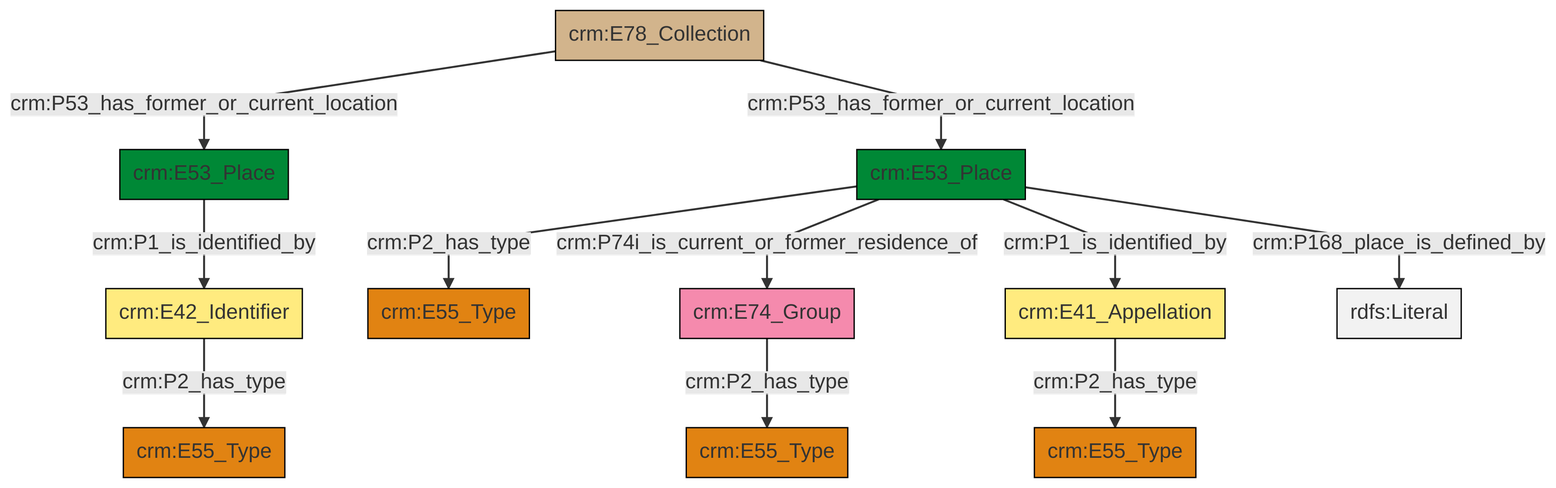
Above: et/archivalCSV/ttl/mmd/png/archival_location.png in swiss-art-research-net/docs.swissartresearch (Mermaid), before the change. Its source is kept beside it as et/archivalCSV/ttl/mmd/archival_location.ttl.mmd.
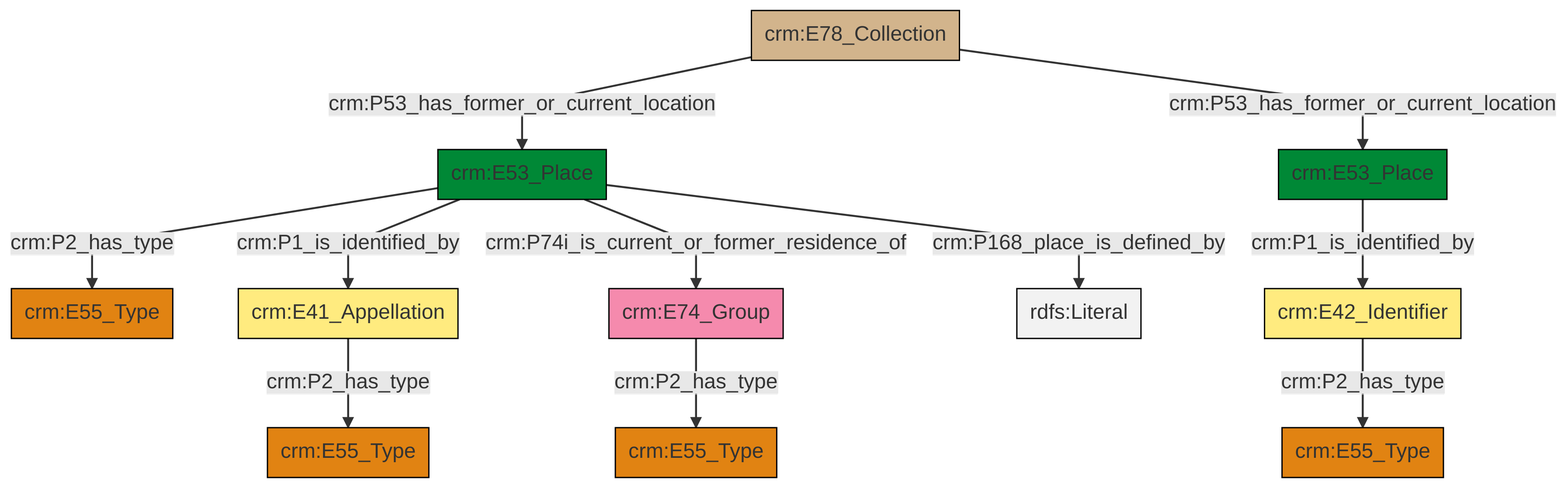
After the commit.

Diff of the diagram source:
```diff
@@ -13,13 +13,13 @@
 classDef PC_Classes fill:#4ce600, stroke:#000000;
 classDef Multi fill:#cccccc,stroke:#000000;
 
-0["crm:E53_Place"]:::Place -->|crm:P1_is_identified_by| 1["crm:E42_Identifier"]:::Appellation
-6["crm:E53_Place"]:::Place -->|crm:P2_has_type| 3["crm:E55_Type"]:::Type
-6["crm:E53_Place"]:::Place -->|crm:P74i_is_current_or_former_residence_of| 9["crm:E74_Group"]:::Actor
-9["crm:E74_Group"]:::Actor -->|crm:P2_has_type| 11["crm:E55_Type"]:::Type
-13["crm:E41_Appellation"]:::Appellation -->|crm:P2_has_type| 7["crm:E55_Type"]:::Type
-19["crm:E78_Collection"]:::Physical_Thing -->|crm:P53_has_former_or_current_location| 0["crm:E53_Place"]:::Place
-6["crm:E53_Place"]:::Place -->|crm:P168_place_is_defined_by| 20[rdfs:Literal]:::Literal
-1["crm:E42_Identifier"]:::Appellation -->|crm:P2_has_type| 17["crm:E55_Type"]:::Type
-6["crm:E53_Place"]:::Place -->|crm:P1_is_identified_by| 13["crm:E41_Appellation"]:::Appellation
-19["crm:E78_Collection"]:::Physical_Thing -->|crm:P53_has_former_or_current_location| 6["crm:E53_Place"]:::Place
+4["crm:E53_Place"]:::Place -->|crm:P2_has_type| 0["crm:E55_Type"]:::Type
+5["crm:E78_Collection"]:::Physical_Thing -->|crm:P53_has_former_or_current_location| 4["crm:E53_Place"]:::Place
+6["crm:E53_Place"]:::Place -->|crm:P1_is_identified_by| 7["crm:E42_Identifier"]:::Appellation
+7["crm:E42_Identifier"]:::Appellation -->|crm:P2_has_type| 10["crm:E55_Type"]:::Type
+4["crm:E53_Place"]:::Place -->|crm:P168_place_is_defined_by| 12[rdfs:Literal]:::Literal
+2["crm:E74_Group"]:::Actor -->|crm:P2_has_type| 8["crm:E55_Type"]:::Type
+4["crm:E53_Place"]:::Place -->|crm:P1_is_identified_by| 13["crm:E41_Appellation"]:::Appellation
+5["crm:E78_Collection"]:::Physical_Thing -->|crm:P53_has_former_or_current_location| 6["crm:E53_Place"]:::Place
+13["crm:E41_Appellation"]:::Appellation -->|crm:P2_has_type| 15["crm:E55_Type"]:::Type
+4["crm:E53_Place"]:::Place -->|crm:P74i_is_current_or_former_residence_of| 2["crm:E74_Group"]:::Actor
```
